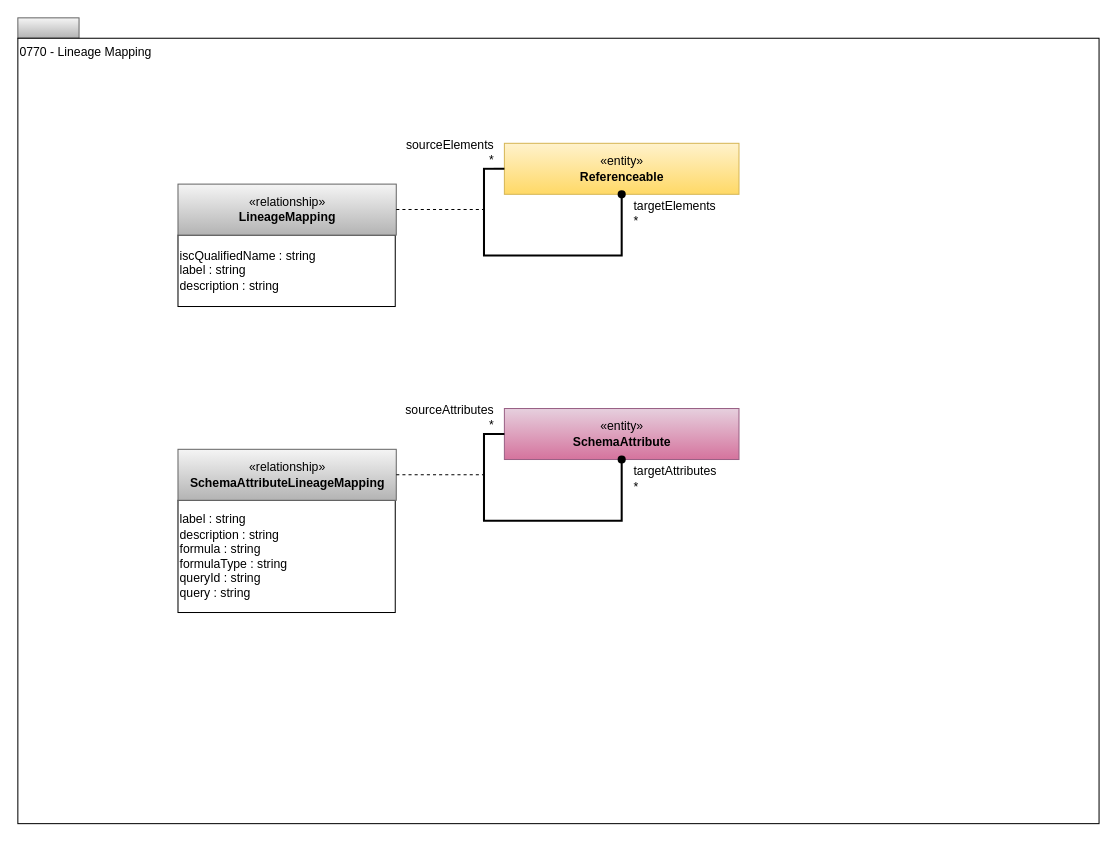
Earlier version of the draw.io diagram page "0770-Lineage-Mapping" (15 of 17) of site/docs/types/7/area-7-lineage.drawio (odpi/egeria-docs). Source tidied: cells renumbered, new cells numbered last; positions are measured from the earlier drawing's top-left corner, leaving out a move shared by most shapes. Both pictures are drawn from the tidied source at 102%, with x=0, y=0 at pixel (17, 17).
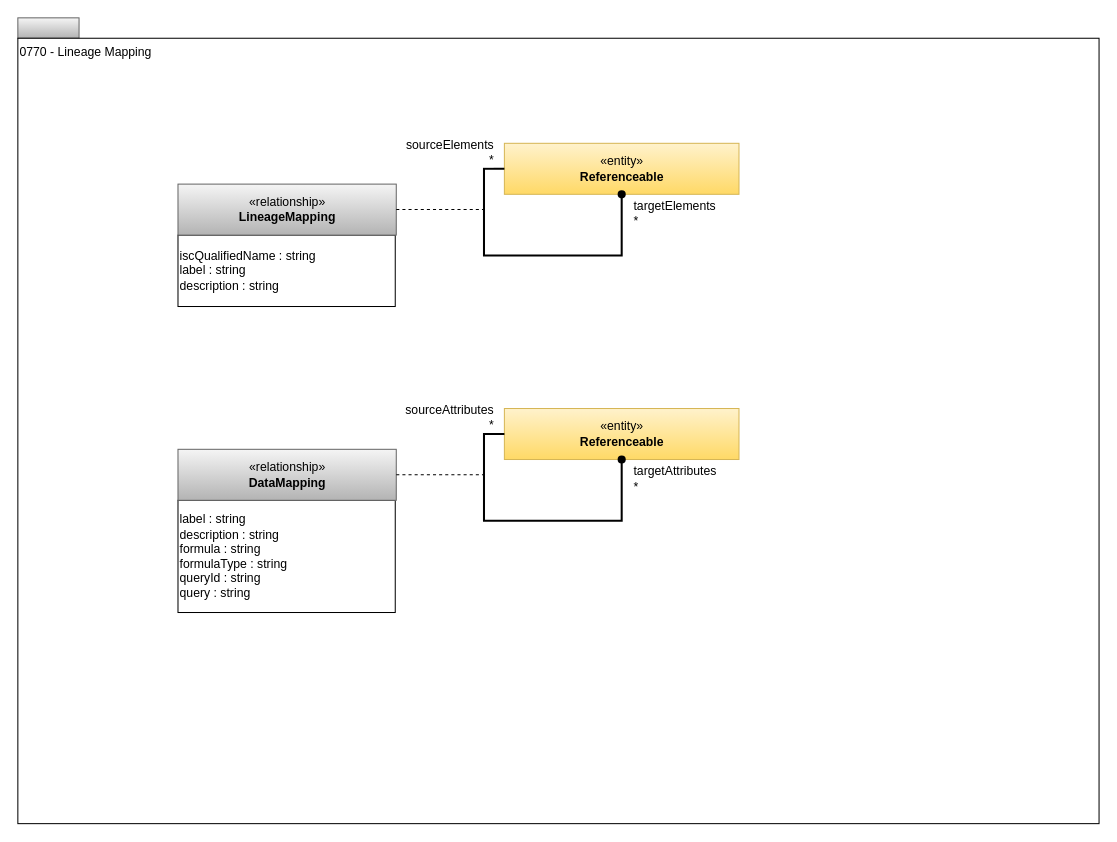
The same page after the edit.

Change to the diagram source:
```diff
@@
-    <mxCell id="11" value="«entity»&lt;br&gt;&lt;b&gt;SchemaAttribute&lt;/b&gt;" style="html=1;strokeColor=#996185;align=center;fillColor=#e6d0de;gradientColor=#d5739d;" parent="1" vertex="1">
+    <mxCell id="11" value="«entity»&lt;br&gt;&lt;b&gt;Referenceable&lt;/b&gt;" style="html=1;strokeColor=#d6b656;align=center;fillColor=#fff2cc;gradientColor=#ffd966;" parent="1" vertex="1">
       <mxGeometry x="477" y="383" width="230" height="50" as="geometry" />
     </mxCell>
@@
-    <mxCell id="13" value="«relationship»&lt;br&gt;&lt;b&gt;SchemaAttributeLineageMapping&lt;/b&gt;" style="html=1;strokeColor=#666666;align=center;fillColor=#f5f5f5;gradientColor=#b3b3b3;" parent="1" vertex="1">
+    <mxCell id="13" value="«relationship»&lt;br&gt;&lt;b&gt;DataMapping&lt;/b&gt;" style="html=1;strokeColor=#666666;align=center;fillColor=#f5f5f5;gradientColor=#b3b3b3;" parent="1" vertex="1">
       <mxGeometry x="157" y="423" width="214" height="50" as="geometry" />
     </mxCell>
```
